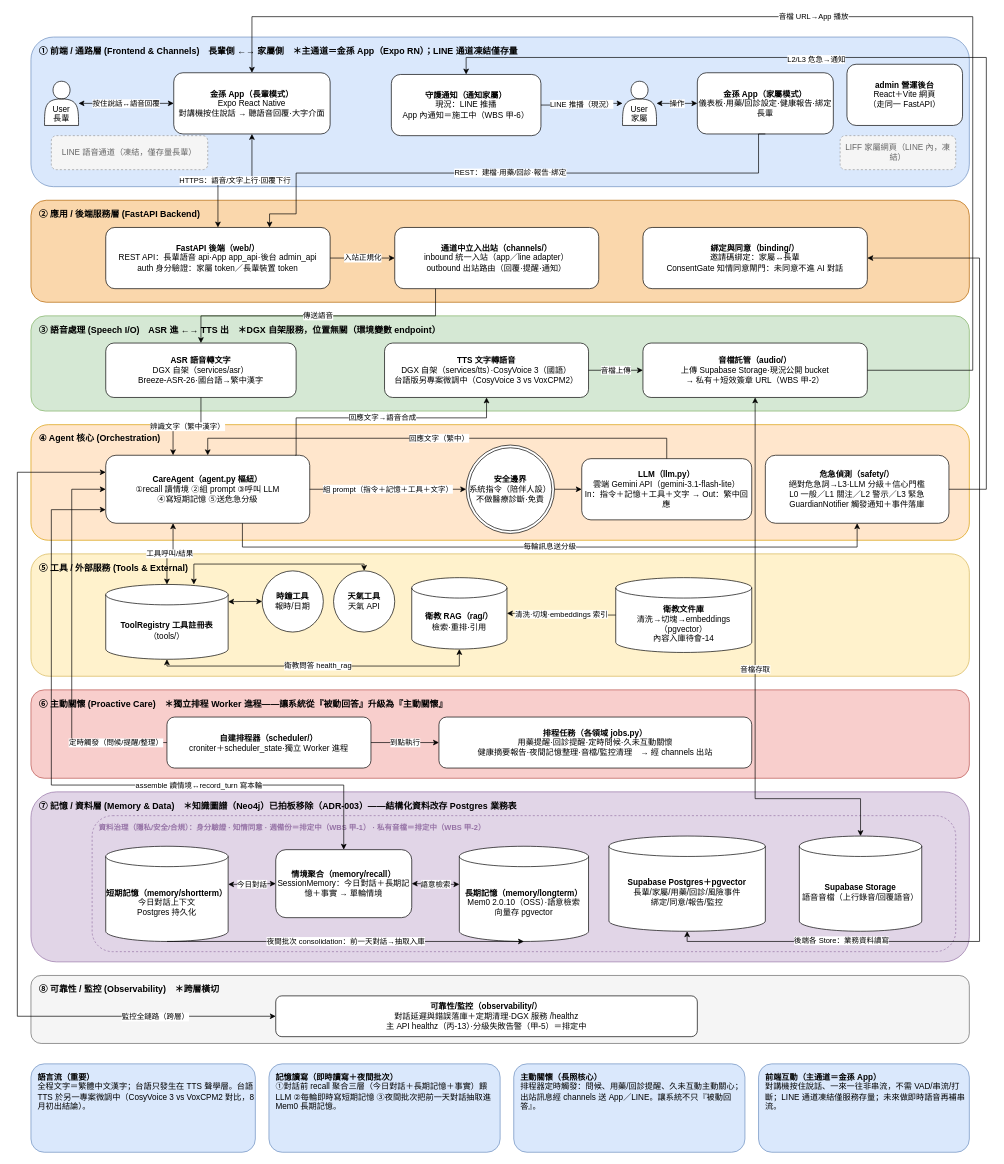
Earlier version of the draw.io diagram docs/長輩看護系統架構-分層版.drawio (leo53021313/kinsun). Source tidied: cells renumbered, new cells numbered last; positions are measured from the earlier drawing's top-left corner, leaving out a move shared by most shapes. Both pictures are drawn from the tidied source at 68%, with x=0, y=0 at pixel (17, 16).
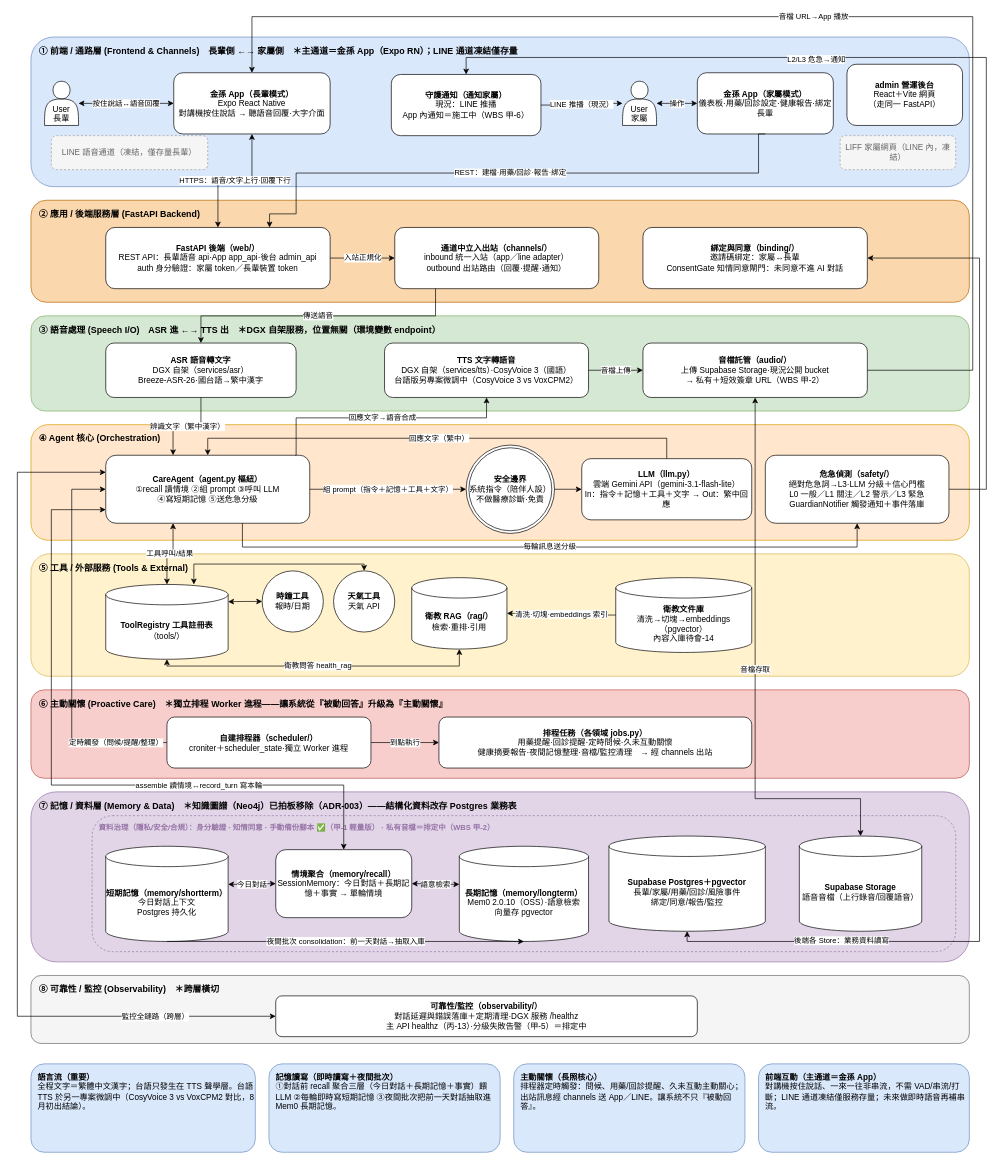
After the change.

Change to the diagram source:
```diff
@@
-    <mxCell id="35" value="資料治理（隱私/安全/合規）：身分驗證 · 知情同意 · 週備份＝排定中（WBS 甲-1） · 私有音檔＝排定中（WBS 甲-2）" style="rounded=1;whiteSpace=wrap;html=1;dashed=1;strokeColor=#9673a6;fillColor=none;verticalAlign=top;align=left;fontColor=#9673a6;fontStyle=1;fontSize=11;spacingLeft=8;spacingTop=4;" parent="1" vertex="1">
+    <mxCell id="35" value="資料治理（隱私/安全/合規）：身分驗證 · 知情同意 · 手動備份腳本 ✅（甲-1 輕量版） · 私有音檔＝排定中（WBS 甲-2）" style="rounded=1;whiteSpace=wrap;html=1;dashed=1;strokeColor=#9673a6;fillColor=none;verticalAlign=top;align=left;fontColor=#9673a6;fontStyle=1;fontSize=11;spacingLeft=8;spacingTop=4;" parent="1" vertex="1">
       <mxGeometry x="110" y="1175" width="1270" height="200" as="geometry" />
     </mxCell>
```
